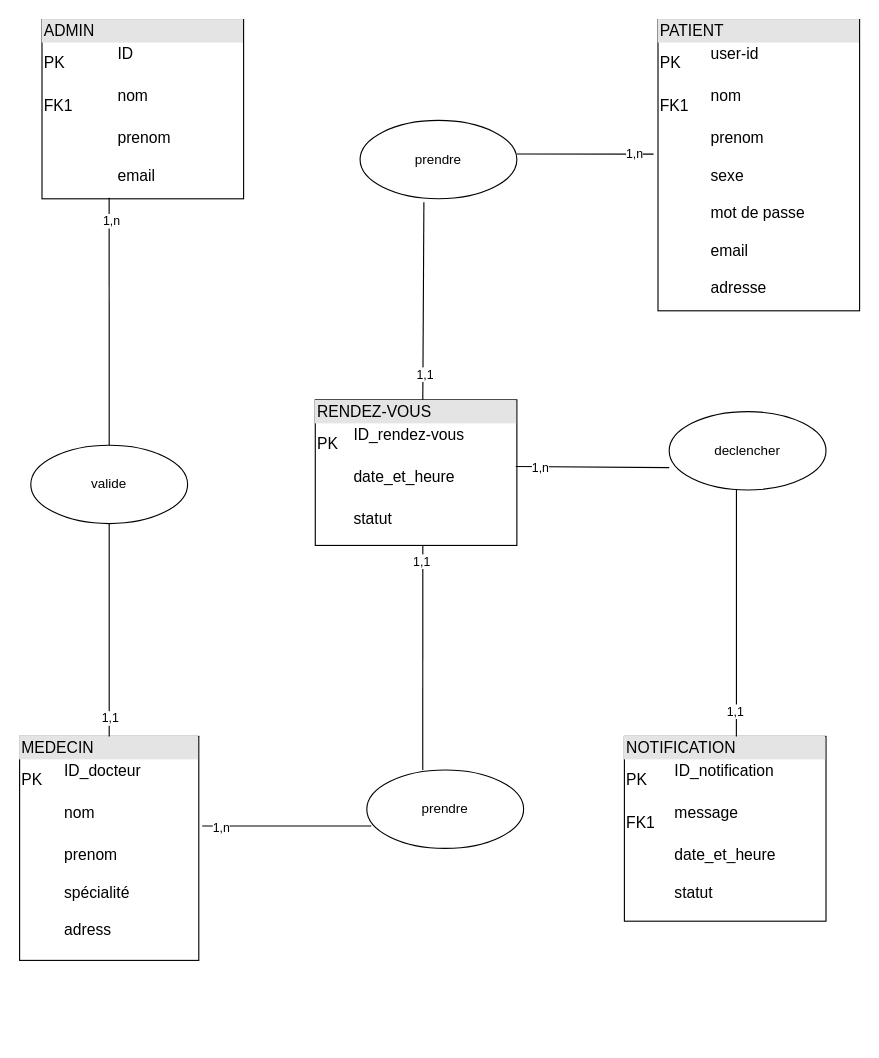
Bibiche96/ModelC4 keeps this draw.io diagram as Diagramme sans nom.drawio. Above is the earlier version. Source tidied: cells renumbered, new cells numbered last; positions are measured from the earlier drawing's top-left corner, leaving out a move shared by most shapes. Both pictures are drawn from the tidied source at 112%, with x=0, y=0 at pixel (19, 19).
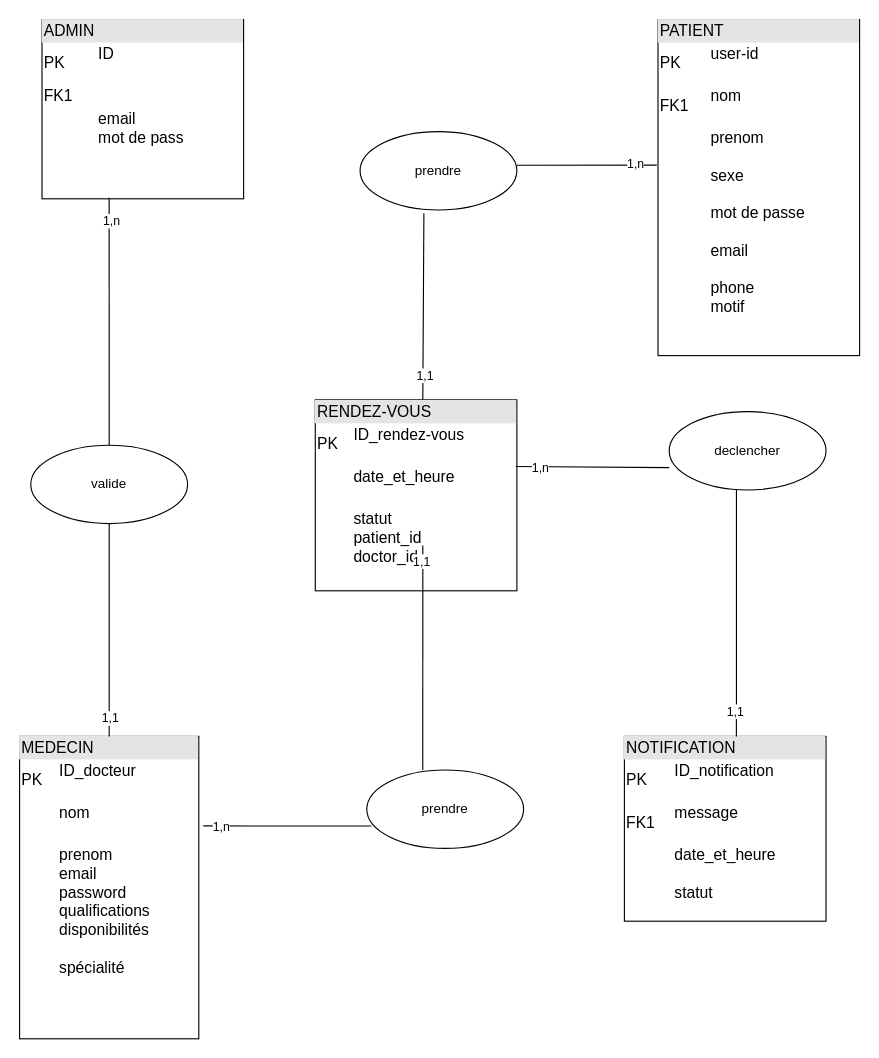
The same diagram, later.

Commit message:
Mettre à jour Diagramme sans nom.drawio

Diff of the diagram source:
```diff
@@
-    <mxCell id="2" value="&lt;div style=&quot;box-sizing: border-box; width: 100%; background: rgb(228, 228, 228); padding: 2px; font-size: 14px;&quot;&gt;&lt;font style=&quot;font-size: 14px;&quot;&gt;ADMIN&lt;/font&gt;&lt;/div&gt;&lt;table style=&quot;width: 100%; font-size: 14px;&quot; cellpadding=&quot;2&quot; cellspacing=&quot;0&quot;&gt;&lt;tbody&gt;&lt;tr&gt;&lt;td&gt;&lt;font style=&quot;font-size: 14px;&quot;&gt;PK&lt;/font&gt;&lt;/td&gt;&lt;td&gt;&lt;font style=&quot;font-size: 14px;&quot;&gt;ID&lt;br&gt;&lt;br&gt;&lt;/font&gt;&lt;/td&gt;&lt;/tr&gt;&lt;tr&gt;&lt;td&gt;&lt;font style=&quot;font-size: 14px;&quot;&gt;FK1&lt;/font&gt;&lt;/td&gt;&lt;td&gt;&lt;font style=&quot;font-size: 14px;&quot;&gt;nom&lt;br&gt;&lt;br&gt;&lt;/font&gt;&lt;/td&gt;&lt;/tr&gt;&lt;tr&gt;&lt;td&gt;&lt;/td&gt;&lt;td&gt;&lt;font style=&quot;font-size: 14px;&quot;&gt;prenom&lt;br&gt;&lt;br&gt;email&lt;/font&gt;&lt;/td&gt;&lt;/tr&gt;&lt;/tbody&gt;&lt;/table&gt;" style="verticalAlign=top;align=left;overflow=fill;html=1;whiteSpace=wrap;" parent="1" vertex="1">
+    <mxCell id="2" value="&lt;div style=&quot;box-sizing: border-box; width: 100%; background: rgb(228, 228, 228); padding: 2px; font-size: 14px;&quot;&gt;&lt;font style=&quot;font-size: 14px;&quot;&gt;ADMIN&lt;/font&gt;&lt;/div&gt;&lt;table style=&quot;width: 100%; font-size: 14px;&quot; cellpadding=&quot;2&quot; cellspacing=&quot;0&quot;&gt;&lt;tbody&gt;&lt;tr&gt;&lt;td&gt;&lt;font style=&quot;font-size: 14px;&quot;&gt;PK&lt;/font&gt;&lt;/td&gt;&lt;td&gt;&lt;font style=&quot;font-size: 14px;&quot;&gt;ID&lt;br&gt;&lt;br&gt;&lt;/font&gt;&lt;/td&gt;&lt;/tr&gt;&lt;tr&gt;&lt;td&gt;&lt;font style=&quot;font-size: 14px;&quot;&gt;FK1&lt;/font&gt;&lt;/td&gt;&lt;td&gt;&lt;font style=&quot;font-size: 14px;&quot;&gt;&lt;br&gt;&lt;/font&gt;&lt;/td&gt;&lt;/tr&gt;&lt;tr&gt;&lt;td&gt;&lt;/td&gt;&lt;td&gt;&lt;font style=&quot;font-size: 14px;&quot;&gt;email&lt;br&gt;mot de pass&lt;/font&gt;&lt;/td&gt;&lt;/tr&gt;&lt;/tbody&gt;&lt;/table&gt;" style="verticalAlign=top;align=left;overflow=fill;html=1;whiteSpace=wrap;" parent="1" vertex="1">
       <mxGeometry x="20" width="180" height="160" as="geometry" />
     </mxCell>
-    <mxCell id="3" value="&lt;div style=&quot;box-sizing: border-box; width: 100%; background: rgb(228, 228, 228); padding: 2px; font-size: 14px;&quot;&gt;&lt;font style=&quot;font-size: 14px;&quot;&gt;MEDECIN&lt;/font&gt;&lt;/div&gt;&lt;table style=&quot;width: 100%; font-size: 14px;&quot; cellpadding=&quot;2&quot; cellspacing=&quot;0&quot;&gt;&lt;tbody&gt;&lt;tr&gt;&lt;td&gt;&lt;font style=&quot;font-size: 14px;&quot;&gt;PK&lt;/font&gt;&lt;/td&gt;&lt;td&gt;&lt;font style=&quot;font-size: 14px;&quot;&gt;ID_docteur&lt;br&gt;&lt;br&gt;&lt;/font&gt;&lt;/td&gt;&lt;/tr&gt;&lt;tr&gt;&lt;td&gt;&lt;br&gt;&lt;/td&gt;&lt;td&gt;&lt;font style=&quot;font-size: 14px;&quot;&gt;nom&lt;br&gt;&lt;br&gt;&lt;/font&gt;&lt;/td&gt;&lt;/tr&gt;&lt;tr&gt;&lt;td&gt;&lt;/td&gt;&lt;td&gt;&lt;font style=&quot;font-size: 14px;&quot;&gt;prenom&lt;br&gt;&lt;br&gt;spécialité&lt;br&gt;&lt;br&gt;adress&lt;/font&gt;&lt;/td&gt;&lt;/tr&gt;&lt;/tbody&gt;&lt;/table&gt;" style="verticalAlign=top;align=left;overflow=fill;html=1;whiteSpace=wrap;" parent="1" vertex="1">
-      <mxGeometry y="640" width="160" height="200" as="geometry" />
+    <mxCell id="3" value="&lt;div style=&quot;box-sizing: border-box; width: 100%; background: rgb(228, 228, 228); padding: 2px; font-size: 14px;&quot;&gt;&lt;font style=&quot;font-size: 14px;&quot;&gt;MEDECIN&lt;/font&gt;&lt;/div&gt;&lt;table style=&quot;width: 100%; font-size: 14px;&quot; cellpadding=&quot;2&quot; cellspacing=&quot;0&quot;&gt;&lt;tbody&gt;&lt;tr&gt;&lt;td&gt;&lt;font style=&quot;font-size: 14px;&quot;&gt;PK&lt;/font&gt;&lt;/td&gt;&lt;td&gt;&lt;font style=&quot;font-size: 14px;&quot;&gt;ID_docteur&lt;br&gt;&lt;br&gt;&lt;/font&gt;&lt;/td&gt;&lt;/tr&gt;&lt;tr&gt;&lt;td&gt;&lt;br&gt;&lt;/td&gt;&lt;td&gt;&lt;font style=&quot;font-size: 14px;&quot;&gt;nom&lt;br&gt;&lt;br&gt;&lt;/font&gt;&lt;/td&gt;&lt;/tr&gt;&lt;tr&gt;&lt;td&gt;&lt;/td&gt;&lt;td&gt;&lt;font style=&quot;font-size: 14px;&quot;&gt;prenom&lt;br&gt;email&lt;br&gt;password&lt;br&gt;qualifications&lt;br&gt;disponibilités&lt;br&gt;&lt;br&gt;spécialité&lt;br&gt;&lt;br&gt;&lt;br&gt;&lt;/font&gt;&lt;/td&gt;&lt;/tr&gt;&lt;/tbody&gt;&lt;/table&gt;" style="verticalAlign=top;align=left;overflow=fill;html=1;whiteSpace=wrap;" parent="1" vertex="1">
+      <mxGeometry y="640" width="160" height="270" as="geometry" />
     </mxCell>
-    <mxCell id="4" value="&lt;div style=&quot;box-sizing: border-box; width: 100%; background: rgb(228, 228, 228); padding: 2px; font-size: 14px;&quot;&gt;&lt;font style=&quot;font-size: 14px;&quot;&gt;PATIENT&lt;/font&gt;&lt;/div&gt;&lt;table style=&quot;width: 100%; font-size: 14px;&quot; cellpadding=&quot;2&quot; cellspacing=&quot;0&quot;&gt;&lt;tbody&gt;&lt;tr&gt;&lt;td&gt;&lt;font style=&quot;font-size: 14px;&quot;&gt;PK&lt;/font&gt;&lt;/td&gt;&lt;td&gt;&lt;font style=&quot;font-size: 14px;&quot;&gt;user-id&lt;br&gt;&lt;br&gt;&lt;/font&gt;&lt;/td&gt;&lt;/tr&gt;&lt;tr&gt;&lt;td&gt;&lt;font style=&quot;font-size: 14px;&quot;&gt;FK1&lt;/font&gt;&lt;/td&gt;&lt;td&gt;&lt;font style=&quot;font-size: 14px;&quot;&gt;nom&lt;br&gt;&lt;br&gt;&lt;/font&gt;&lt;/td&gt;&lt;/tr&gt;&lt;tr&gt;&lt;td&gt;&lt;/td&gt;&lt;td&gt;&lt;font style=&quot;font-size: 14px;&quot;&gt;prenom&lt;br&gt;&lt;br&gt;sexe&lt;br&gt;&lt;br&gt;mot de passe&lt;br&gt;&lt;br&gt;email&lt;br&gt;&lt;br&gt;adresse&lt;/font&gt;&lt;/td&gt;&lt;/tr&gt;&lt;/tbody&gt;&lt;/table&gt;" style="verticalAlign=top;align=left;overflow=fill;html=1;whiteSpace=wrap;" parent="1" vertex="1">
-      <mxGeometry x="570" width="180" height="260" as="geometry" />
+    <mxCell id="4" value="&lt;div style=&quot;box-sizing: border-box; width: 100%; background: rgb(228, 228, 228); padding: 2px; font-size: 14px;&quot;&gt;&lt;font style=&quot;font-size: 14px;&quot;&gt;PATIENT&lt;/font&gt;&lt;/div&gt;&lt;table style=&quot;width: 100%; font-size: 14px;&quot; cellpadding=&quot;2&quot; cellspacing=&quot;0&quot;&gt;&lt;tbody&gt;&lt;tr&gt;&lt;td&gt;&lt;font style=&quot;font-size: 14px;&quot;&gt;PK&lt;/font&gt;&lt;/td&gt;&lt;td&gt;&lt;font style=&quot;font-size: 14px;&quot;&gt;user-id&lt;br&gt;&lt;br&gt;&lt;/font&gt;&lt;/td&gt;&lt;/tr&gt;&lt;tr&gt;&lt;td&gt;&lt;font style=&quot;font-size: 14px;&quot;&gt;FK1&lt;/font&gt;&lt;/td&gt;&lt;td&gt;&lt;font style=&quot;font-size: 14px;&quot;&gt;nom&lt;br&gt;&lt;br&gt;&lt;/font&gt;&lt;/td&gt;&lt;/tr&gt;&lt;tr&gt;&lt;td&gt;&lt;/td&gt;&lt;td&gt;&lt;font style=&quot;font-size: 14px;&quot;&gt;prenom&lt;br&gt;&lt;br&gt;sexe&lt;br&gt;&lt;br&gt;mot de passe&lt;br&gt;&lt;br&gt;email&lt;br&gt;&lt;br&gt;phone&lt;br&gt;motif&lt;/font&gt;&lt;/td&gt;&lt;/tr&gt;&lt;/tbody&gt;&lt;/table&gt;" style="verticalAlign=top;align=left;overflow=fill;html=1;whiteSpace=wrap;" parent="1" vertex="1">
+      <mxGeometry x="570" width="180" height="300" as="geometry" />
     </mxCell>
-    <mxCell id="5" value="&lt;div style=&quot;box-sizing: border-box; width: 100%; background: rgb(228, 228, 228); padding: 2px; font-size: 14px;&quot;&gt;&lt;font style=&quot;font-size: 14px;&quot;&gt;RENDEZ-VOUS&lt;/font&gt;&lt;/div&gt;&lt;table style=&quot;width: 100%; font-size: 14px;&quot; cellpadding=&quot;2&quot; cellspacing=&quot;0&quot;&gt;&lt;tbody&gt;&lt;tr&gt;&lt;td&gt;&lt;font style=&quot;font-size: 14px;&quot;&gt;PK&lt;/font&gt;&lt;/td&gt;&lt;td&gt;&lt;font style=&quot;font-size: 14px;&quot;&gt;ID_rendez-vous&lt;br&gt;&lt;br&gt;&lt;/font&gt;&lt;/td&gt;&lt;/tr&gt;&lt;tr&gt;&lt;td&gt;&lt;font style=&quot;font-size: 14px;&quot;&gt;&lt;br&gt;&lt;/font&gt;&lt;/td&gt;&lt;td&gt;&lt;font style=&quot;font-size: 14px;&quot;&gt;date_et_heure&lt;br&gt;&lt;br&gt;&lt;/font&gt;&lt;/td&gt;&lt;/tr&gt;&lt;tr&gt;&lt;td&gt;&lt;/td&gt;&lt;td&gt;&lt;font style=&quot;font-size: 14px;&quot;&gt;statut&lt;/font&gt;&lt;/td&gt;&lt;/tr&gt;&lt;/tbody&gt;&lt;/table&gt;" style="verticalAlign=top;align=left;overflow=fill;html=1;whiteSpace=wrap;" parent="1" vertex="1">
-      <mxGeometry x="264" y="339.5" width="180" height="130" as="geometry" />
+    <mxCell id="5" value="&lt;div style=&quot;box-sizing: border-box; width: 100%; background: rgb(228, 228, 228); padding: 2px; font-size: 14px;&quot;&gt;&lt;font style=&quot;font-size: 14px;&quot;&gt;RENDEZ-VOUS&lt;/font&gt;&lt;/div&gt;&lt;table style=&quot;width: 100%; font-size: 14px;&quot; cellpadding=&quot;2&quot; cellspacing=&quot;0&quot;&gt;&lt;tbody&gt;&lt;tr&gt;&lt;td&gt;&lt;font style=&quot;font-size: 14px;&quot;&gt;PK&lt;/font&gt;&lt;/td&gt;&lt;td&gt;&lt;font style=&quot;font-size: 14px;&quot;&gt;ID_rendez-vous&lt;br&gt;&lt;br&gt;&lt;/font&gt;&lt;/td&gt;&lt;/tr&gt;&lt;tr&gt;&lt;td&gt;&lt;font style=&quot;font-size: 14px;&quot;&gt;&lt;br&gt;&lt;/font&gt;&lt;/td&gt;&lt;td&gt;&lt;font style=&quot;font-size: 14px;&quot;&gt;date_et_heure&lt;br&gt;&lt;br&gt;&lt;/font&gt;&lt;/td&gt;&lt;/tr&gt;&lt;tr&gt;&lt;td&gt;&lt;/td&gt;&lt;td&gt;&lt;font style=&quot;font-size: 14px;&quot;&gt;statut&lt;br&gt;patient_id&lt;br&gt;doctor_id&lt;/font&gt;&lt;/td&gt;&lt;/tr&gt;&lt;/tbody&gt;&lt;/table&gt;" style="verticalAlign=top;align=left;overflow=fill;html=1;whiteSpace=wrap;" parent="1" vertex="1">
+      <mxGeometry x="264" y="339.5" width="180" height="170.5" as="geometry" />
     </mxCell>
@@
     <mxCell id="8" value="prendre" style="ellipse;whiteSpace=wrap;html=1;" parent="1" vertex="1">
-      <mxGeometry x="304" y="90" width="140" height="70" as="geometry" />
+      <mxGeometry x="304" y="100" width="140" height="70" as="geometry" />
     </mxCell>
@@
-    <mxCell id="17" style="endArrow=none;html=1;rounded=0;exitX=1.019;exitY=0.4;exitDx=0;exitDy=0;exitPerimeter=0;" parent="1" edge="1" source="3">
+    <mxCell id="17" style="endArrow=none;html=1;rounded=0;exitX=1.025;exitY=0.296;exitDx=0;exitDy=0;exitPerimeter=0;" parent="1" edge="1" source="3">
       <mxGeometry relative="1" as="geometry">
         <mxPoint x="314" y="720" as="targetPoint" />
       </mxGeometry>
     </mxCell>
@@
-    <mxCell id="21" style="endArrow=none;html=1;rounded=0;exitX=0.994;exitY=0.458;exitDx=0;exitDy=0;exitPerimeter=0;" parent="1" edge="1" source="5">
+    <mxCell id="21" style="endArrow=none;html=1;rounded=0;exitX=0.994;exitY=0.349;exitDx=0;exitDy=0;exitPerimeter=0;" parent="1" edge="1" source="5">
       <mxGeometry relative="1" as="geometry">
         <mxPoint x="580" y="400" as="targetPoint" />
       </mxGeometry>
     </mxCell>
@@
-    <mxCell id="25" style="endArrow=none;html=1;rounded=0;entryX=-0.022;entryY=0.462;entryDx=0;entryDy=0;entryPerimeter=0;" parent="1" edge="1" target="4">
+    <mxCell id="25" style="endArrow=none;html=1;rounded=0;entryX=-0.006;entryY=0.433;entryDx=0;entryDy=0;entryPerimeter=0;" parent="1" edge="1" target="4">
       <mxGeometry relative="1" as="geometry">
-        <mxPoint x="444" y="120" as="sourcePoint" />
+        <mxPoint x="444" y="130" as="sourcePoint" />
       </mxGeometry>
     </mxCell>
```
